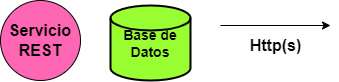
Earlier version of the draw.io export docs/images/Componentes.png (JuanX-M/TPE-Grupo9). Source tidied: cells renumbered, new cells last; positions are measured from the earlier drawing's top-left corner, leaving out a move shared by most shapes.
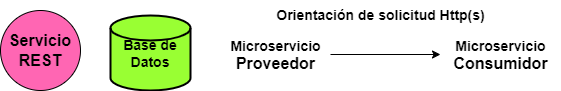
The same file after the commit.

Commit message:
Se hizo correcciones en vista primaria de microservicios y en componentes

The edit, as a diff of the source:
```diff
@@ -10,12 +10,18 @@
     </mxCell>
     <mxCell id="4" style="endArrow=classic;html=1;rounded=0;" parent="1" edge="1">
       <mxGeometry relative="1" as="geometry">
-        <mxPoint x="220" y="25" as="sourcePoint" />
-        <mxPoint x="330" y="25" as="targetPoint" />
+        <mxPoint x="330" y="44" as="sourcePoint" />
+        <mxPoint x="440" y="44" as="targetPoint" />
       </mxGeometry>
     </mxCell>
-    <mxCell id="5" value="&lt;font size=&quot;3&quot;&gt;&lt;b&gt;Http(s)&lt;/b&gt;&lt;/font&gt;" style="text;html=1;align=center;verticalAlign=middle;strokeColor=none;fillColor=none;" parent="1" vertex="1">
-      <mxGeometry x="235" y="30" width="80" height="30" as="geometry" />
-    </mxCell>
+    <mxCell id="6" value="&lt;font style=&quot;font-size: 14px;&quot;&gt;&lt;b style=&quot;&quot;&gt;Microservicio&lt;/b&gt;&lt;/font&gt;&lt;div&gt;&lt;font size=&quot;3&quot;&gt;&lt;b&gt;Consumidor&lt;/b&gt;&lt;/font&gt;&lt;/div&gt;" style="text;html=1;align=center;verticalAlign=middle;strokeColor=none;fillColor=none;" parent="1" vertex="1">
+      <mxGeometry x="440" y="19.5" width="120" height="50" as="geometry" />
+    </mxCell>
+    <mxCell id="7" value="&lt;font style=&quot;font-size: 14px;&quot;&gt;&lt;b&gt;Microservicio&lt;/b&gt;&lt;/font&gt;&lt;div&gt;&lt;font size=&quot;3&quot;&gt;&lt;b&gt;Proveedor&lt;/b&gt;&lt;/font&gt;&lt;/div&gt;" style="text;html=1;align=center;verticalAlign=middle;strokeColor=none;fillColor=none;" parent="1" vertex="1">
+      <mxGeometry x="220" y="19.5" width="110" height="50" as="geometry" />
+    </mxCell>
+    <mxCell id="8" value="&lt;font style=&quot;font-size: 14px;&quot;&gt;&lt;b&gt;Orientación de solicitud Http(s)&lt;/b&gt;&lt;/font&gt;" style="text;html=1;align=center;verticalAlign=middle;strokeColor=none;fillColor=none;" parent="1" vertex="1">
+      <mxGeometry x="265" y="-10" width="230" height="30" as="geometry" />
+    </mxCell>
   </root>
 </mxGraphModel>
```
